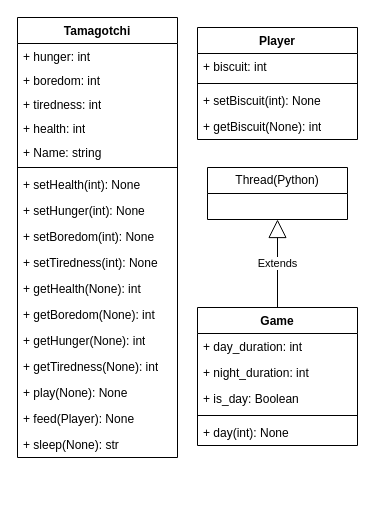
This is class diagram.drawio from Cavernos/Tamagotchi-Project, a draw.io file, before an edit. Source tidied: cells renumbered, new cells numbered last; positions are measured from the earlier drawing's top-left corner, leaving out a move shared by most shapes. Both pictures are drawn from the tidied source at 100%, with x=0, y=0 at pixel (17, 17).
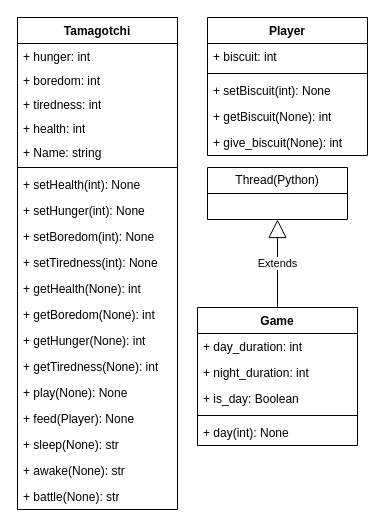
The same page after the edit.

Commit message (it also covers changes not shown here):
Update pyproject.toml Added Unittest Added Method give_biscuit in player'

Diff of the diagram source:
```diff
@@
     <mxCell id="2" value="Tamagotchi" style="swimlane;fontStyle=1;align=center;verticalAlign=top;horizontal=1;startSize=26;whiteSpace=wrap;html=1;" parent="1" vertex="1">
-      <mxGeometry width="160" height="440" as="geometry" />
+      <mxGeometry width="160" height="492" as="geometry" />
     </mxCell>
@@
+    <mxCell id="33" value="+ awake(None): str" style="text;strokeColor=none;fillColor=none;align=left;verticalAlign=top;spacingLeft=4;spacingRight=4;overflow=hidden;whiteSpace=wrap;html=1;" parent="2" vertex="1">
+      <mxGeometry y="440" width="160" height="26" as="geometry" />
+    </mxCell>
+    <mxCell id="34" value="+ battle(None): str" style="text;strokeColor=none;fillColor=none;align=left;verticalAlign=top;spacingLeft=4;spacingRight=4;overflow=hidden;whiteSpace=wrap;html=1;" parent="2" vertex="1">
+      <mxGeometry y="466" width="160" height="26" as="geometry" />
+    </mxCell>
     <mxCell id="20" value="Player" style="swimlane;fontStyle=1;align=center;verticalAlign=top;horizontal=1;startSize=26;whiteSpace=wrap;html=1;" parent="1" vertex="1">
-      <mxGeometry x="180" y="10" width="160" height="112" as="geometry" />
+      <mxGeometry x="190" width="160" height="138" as="geometry" />
     </mxCell>
@@
+    <mxCell id="35" value="+ give_biscuit(None): int" style="text;strokeColor=none;fillColor=none;align=left;verticalAlign=top;spacingLeft=4;spacingRight=4;overflow=hidden;whiteSpace=wrap;html=1;" parent="20" vertex="1">
+      <mxGeometry y="112" width="160" height="26" as="geometry" />
+    </mxCell>
```
